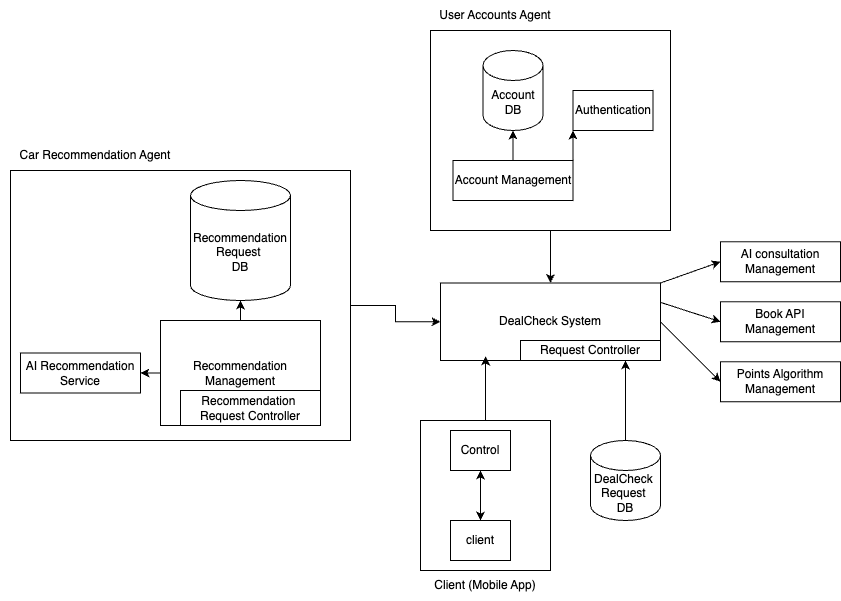
Earlier version of the draw.io export D2/3A04_sys2.png (AhsanM71/SFWRENG-3A04-D1). Source tidied: cells renumbered, new cells last; positions are measured from the earlier drawing's top-left corner, leaving out a move shared by most shapes.
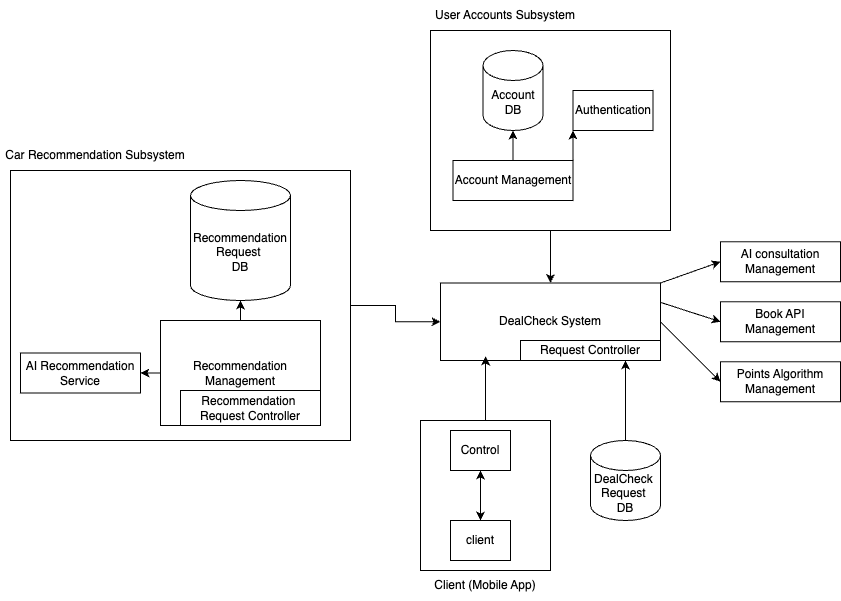
Later version of the same file.

Commit message:
Update architecture diagram

The edit, as a diff of the source:
```diff
@@ -83,11 +83,11 @@
     <mxCell id="28" value="Recommendation&amp;nbsp; Request Controller" style="rounded=0;whiteSpace=wrap;html=1;" parent="1" vertex="1">
       <mxGeometry x="180" y="390" width="140" height="35" as="geometry" />
     </mxCell>
-    <mxCell id="29" value="Car Recommendation Agent" style="text;html=1;align=center;verticalAlign=middle;whiteSpace=wrap;rounded=0;" parent="1" vertex="1">
+    <mxCell id="29" value="Car Recommendation Subsystem" style="text;html=1;align=center;verticalAlign=middle;whiteSpace=wrap;rounded=0;" parent="1" vertex="1">
       <mxGeometry y="140" width="190" height="30" as="geometry" />
     </mxCell>
-    <mxCell id="30" value="User Accounts Agent" style="text;html=1;align=center;verticalAlign=middle;whiteSpace=wrap;rounded=0;" parent="1" vertex="1">
-      <mxGeometry x="430" width="130" height="30" as="geometry" />
+    <mxCell id="30" value="User Accounts Subsystem" style="text;html=1;align=center;verticalAlign=middle;whiteSpace=wrap;rounded=0;" parent="1" vertex="1">
+      <mxGeometry x="430" width="150" height="30" as="geometry" />
     </mxCell>
     <mxCell id="31" value="Client (Mobile App)" style="text;html=1;align=center;verticalAlign=middle;whiteSpace=wrap;rounded=0;" parent="1" vertex="1">
       <mxGeometry x="420" y="570" width="130" height="30" as="geometry" />
```
